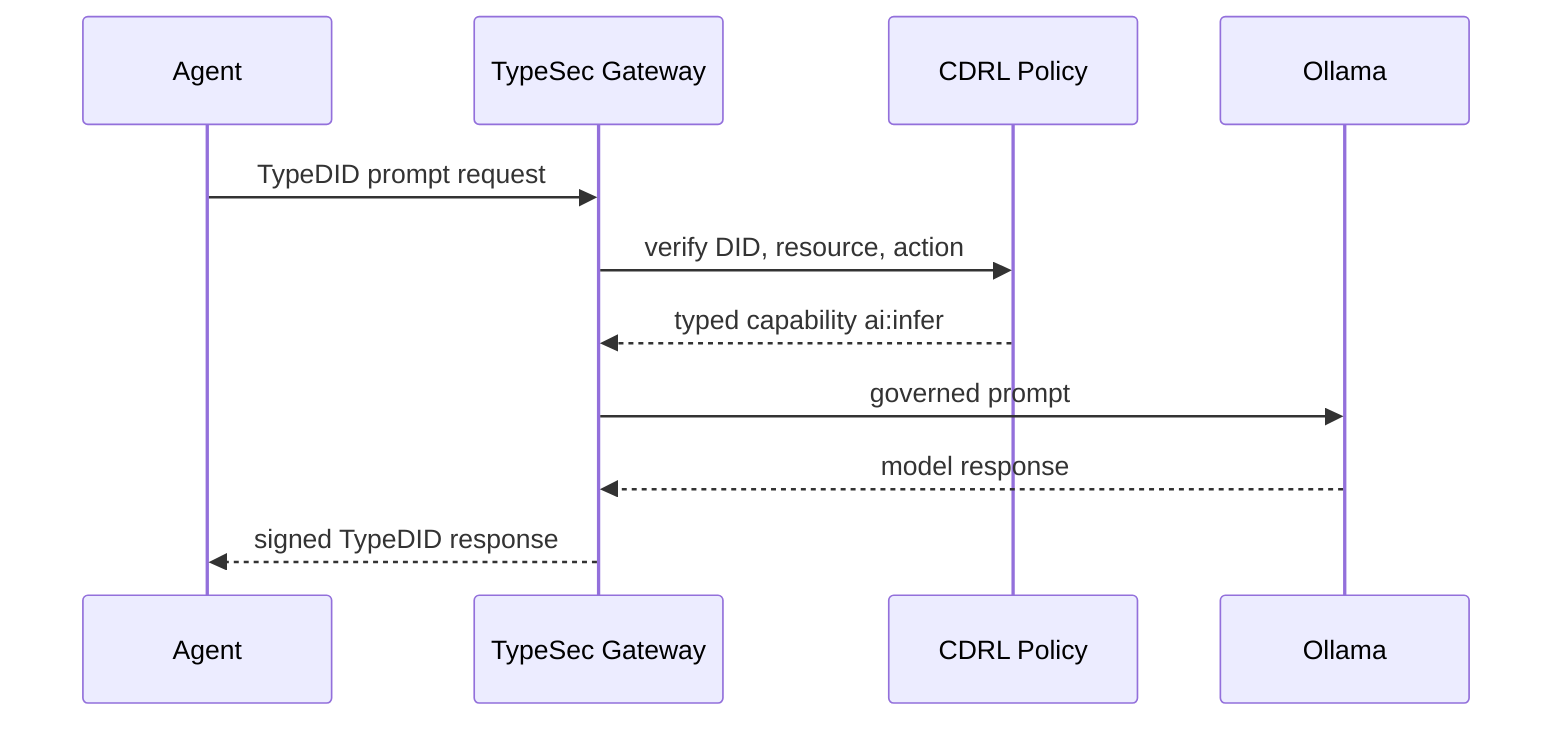
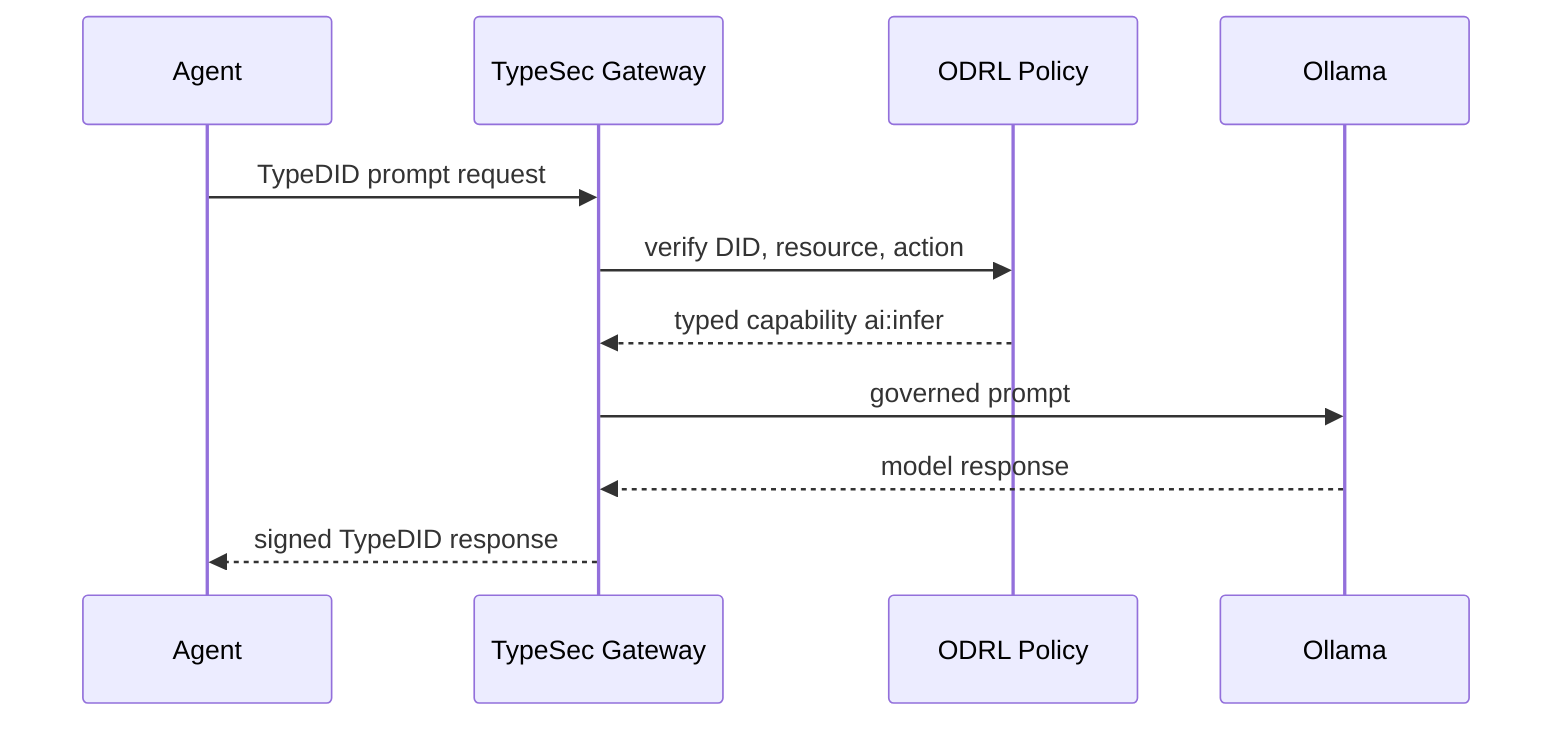
sequenceDiagram
    participant A as Agent
    participant T as TypeSec Gateway
-     participant P as CDRL Policy
+     participant P as ODRL Policy
    participant M as Ollama
    A->>T: TypeDID prompt request
    T->>P: verify DID, resource, action
    P-->>T: typed capability ai:infer
    T->>M: governed prompt
    M-->>T: model response
    T-->>A: signed TypeDID response
